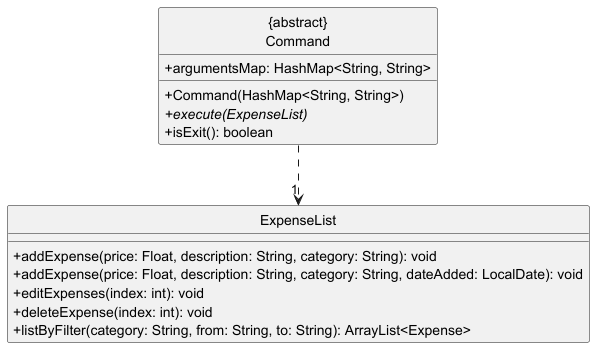
This is docs/diagrams/images/CommandAndExpenseList.png from nus-cs2113-AY2425S1/tp, a PlantUML export, as it was before one commit.
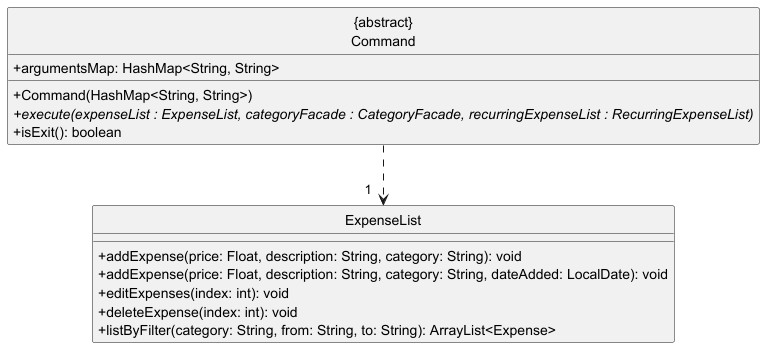
After the commit.

Change to the diagram source:
```diff
@@ -5,7 +5,7 @@
 class "{abstract}\nCommand" {
     +argumentsMap: HashMap<String, String>
     +Command(HashMap<String, String>)
-    +execute(ExpenseList) {abstract}
+    +execute(expenseList : ExpenseList, categoryFacade : CategoryFacade, recurringExpenseList : RecurringExpenseList) {abstract}
     +isExit(): boolean
 }
 
@@ -17,5 +17,5 @@
     +listByFilter(category: String, from: String, to: String): ArrayList<Expense>
 }
 
-"{abstract}\nCommand" .down.> "1" ExpenseList
+"{abstract}\nCommand" .down.> " 1   " ExpenseList
 @enduml
```
